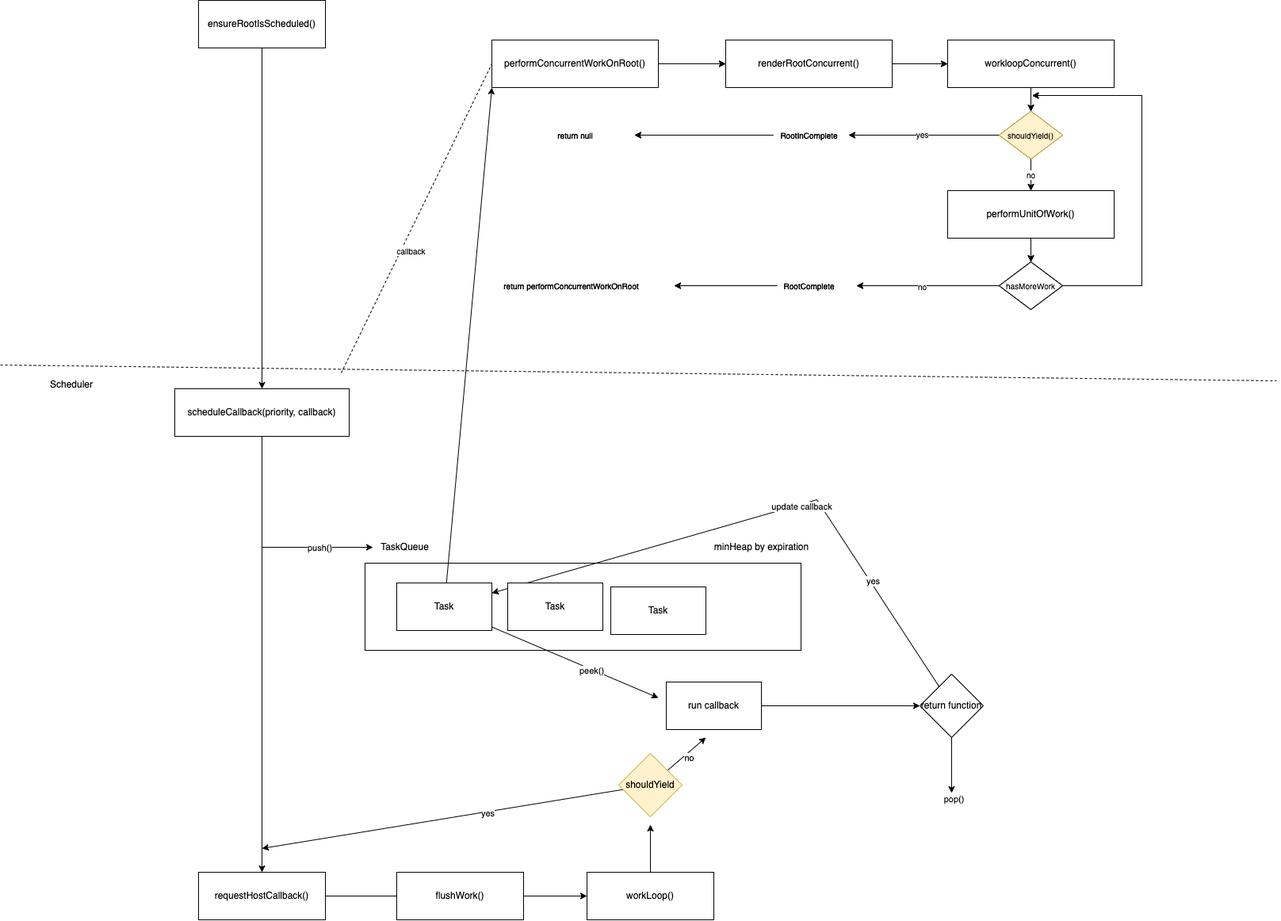
This is static/scheduler-all.png from Syaw0/blog, a draw.io export, as it was before one commit. Source tidied: cells renumbered, new cells last; positions are measured from the earlier drawing's top-left corner, leaving out a move shared by most shapes.
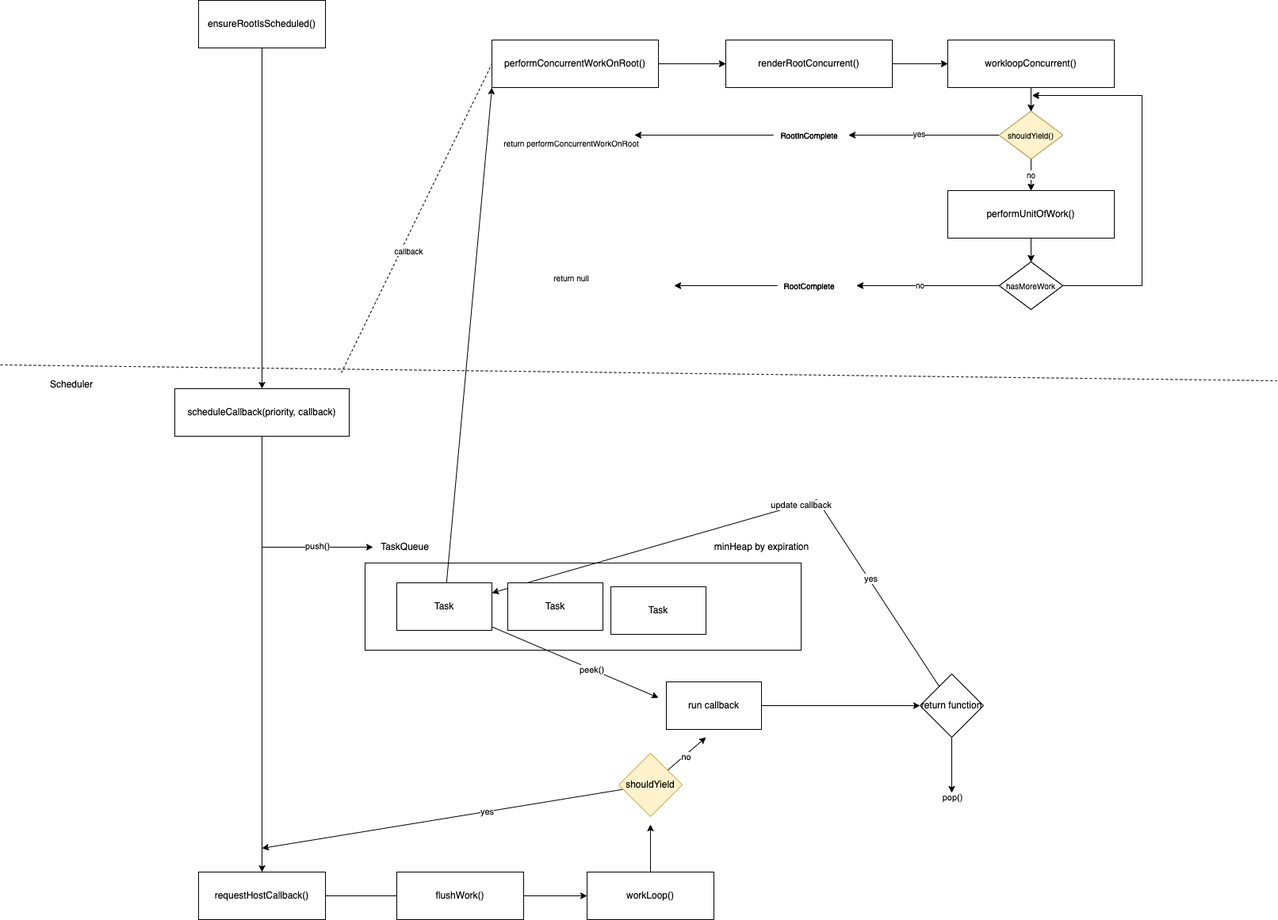
Above is the later version.

What changed in the source:
```diff
@@ -212,12 +212,6 @@
     <mxCell id="55" value="RootComplete" style="text;html=1;align=center;verticalAlign=middle;points=[];strokeColor=none;fillColor=none;fontSize=10;" parent="1" vertex="1">
       <mxGeometry x="980" y="350" width="80" height="20" as="geometry" />
     </mxCell>
-    <mxCell id="56" value="return null" style="text;html=1;align=center;verticalAlign=middle;strokeColor=none;fillColor=none;fontSize=10;" parent="1" vertex="1">
-      <mxGeometry x="695" y="160" width="60" height="20" as="geometry" />
-    </mxCell>
-    <mxCell id="57" value="return performConcurrentWorkOnRoot" style="text;html=1;align=center;verticalAlign=middle;strokeColor=none;fillColor=none;fontSize=10;" parent="1" vertex="1">
-      <mxGeometry x="625" y="350" width="190" height="20" as="geometry" />
-    </mxCell>
     <mxCell id="58" style="edgeStyle=none;rounded=0;jettySize=auto;html=1;entryX=0;entryY=0.5;entryDx=0;entryDy=0;" parent="1" edge="1" source="59" target="61">
       <mxGeometry relative="1" as="geometry" />
     </mxCell>
@@ -304,10 +298,10 @@
       <mxGeometry x="980" y="350" width="80" height="20" as="geometry" />
     </mxCell>
     <mxCell id="80" value="return null" style="text;html=1;align=center;verticalAlign=middle;strokeColor=none;fillColor=none;fontSize=10;" parent="1" vertex="1">
-      <mxGeometry x="695" y="160" width="60" height="20" as="geometry" />
+      <mxGeometry x="690" y="340" width="60" height="20" as="geometry" />
     </mxCell>
     <mxCell id="81" value="return performConcurrentWorkOnRoot" style="text;html=1;align=center;verticalAlign=middle;strokeColor=none;fillColor=none;fontSize=10;" parent="1" vertex="1">
-      <mxGeometry x="625" y="350" width="190" height="20" as="geometry" />
+      <mxGeometry x="625" y="170" width="190" height="20" as="geometry" />
     </mxCell>
     <mxCell id="82" value="Task" style="rounded=0;whiteSpace=wrap;html=1;fillColor=default;" parent="1" vertex="1">
       <mxGeometry x="640" y="735" width="120" height="60" as="geometry" />
```
